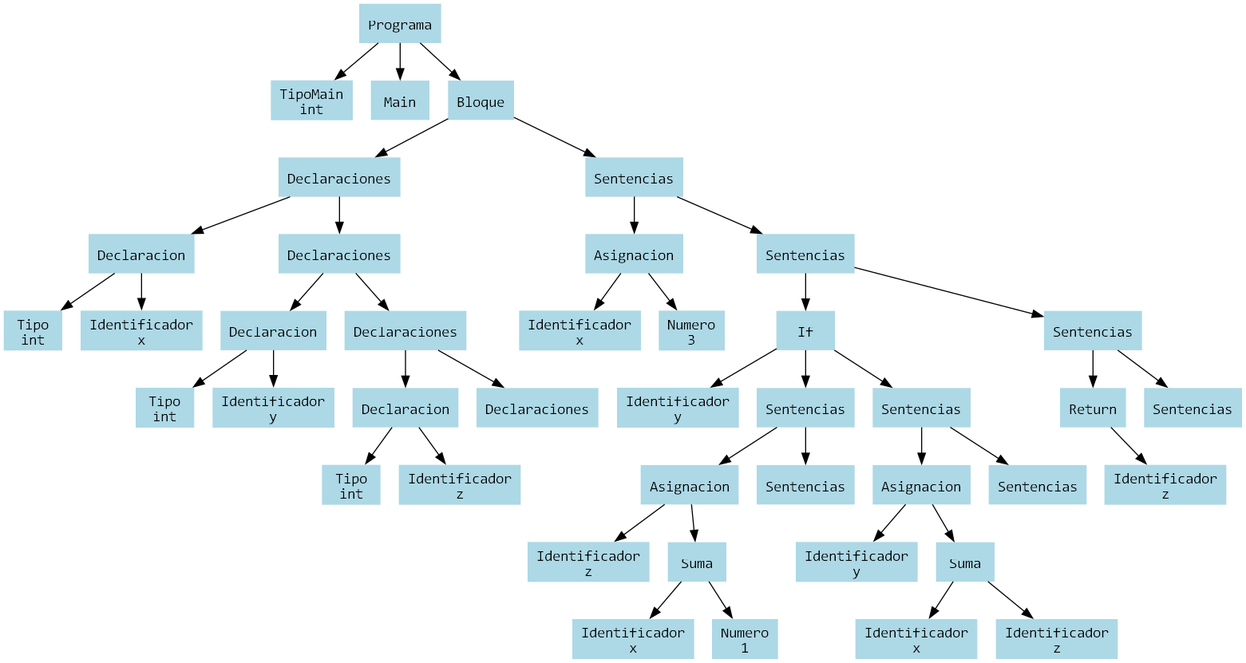
The Graphviz diagram ast.png in JoelRodriguez174/TP_Analisis_Estatico, before a commit. Its source is kept beside it as ast.dot.
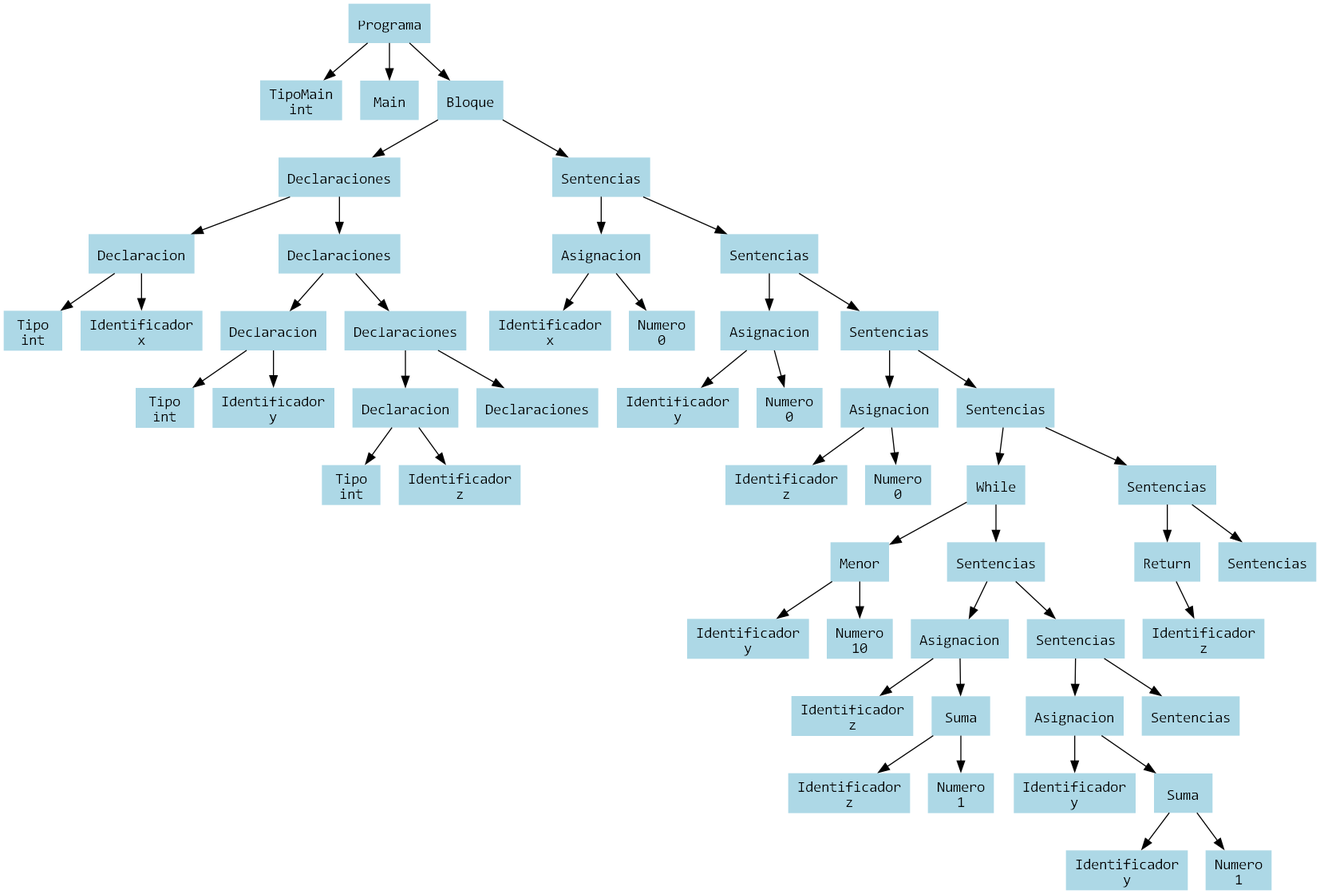
Later version of the same file.

The edit, as a diff of the source:
```diff
@@ -1,13 +1,13 @@
 digraph AST {
   node [shape=box, style=filled, color=lightblue, fontname="Consolas"];
-  n41 [label="Programa"];
-  n41 -> n1;
+  n50 [label="Programa"];
+  n50 -> n1;
   n1 [label="TipoMain\nint"];
-  n41 -> n42;
-  n42 [label="Main"];
-  n41 -> n40;
-  n40 [label="Bloque"];
-  n40 -> n14;
+  n50 -> n51;
+  n51 [label="Main"];
+  n50 -> n49;
+  n49 [label="Bloque"];
+  n49 -> n14;
   n14 [label="Declaraciones"];
   n14 -> n3;
   n3 [label="Declaracion"];
@@ -33,54 +33,72 @@
   n10 [label="Identificador\nz"];
   n12 -> n11;
   n11 [label="Declaraciones"];
-  n40 -> n39;
-  n39 [label="Sentencias"];
-  n39 -> n16;
+  n49 -> n48;
+  n48 [label="Sentencias"];
+  n48 -> n16;
   n16 [label="Asignacion"];
   n16 -> n17;
   n17 [label="Identificador\nx"];
   n16 -> n15;
-  n15 [label="Numero\n3"];
-  n39 -> n38;
-  n38 [label="Sentencias"];
-  n38 -> n33;
-  n33 [label="If"];
-  n33 -> n18;
-  n18 [label="Identificador\ny"];
-  n33 -> n25;
-  n25 [label="Sentencias"];
-  n25 -> n22;
+  n15 [label="Numero\n0"];
+  n48 -> n47;
+  n47 [label="Sentencias"];
+  n47 -> n19;
+  n19 [label="Asignacion"];
+  n19 -> n20;
+  n20 [label="Identificador\ny"];
+  n19 -> n18;
+  n18 [label="Numero\n0"];
+  n47 -> n46;
+  n46 [label="Sentencias"];
+  n46 -> n22;
   n22 [label="Asignacion"];
   n22 -> n23;
   n23 [label="Identificador\nz"];
   n22 -> n21;
-  n21 [label="Suma"];
-  n21 -> n19;
-  n19 [label="Identificador\nx"];
-  n21 -> n20;
-  n20 [label="Numero\n1"];
-  n25 -> n24;
-  n24 [label="Sentencias"];
-  n33 -> n32;
-  n32 [label="Sentencias"];
-  n32 -> n29;
-  n29 [label="Asignacion"];
-  n29 -> n30;
-  n30 [label="Identificador\ny"];
+  n21 [label="Numero\n0"];
+  n46 -> n45;
+  n45 [label="Sentencias"];
+  n45 -> n40;
+  n40 [label="While"];
+  n40 -> n26;
+  n26 [label="Menor"];
+  n26 -> n24;
+  n24 [label="Identificador\ny"];
+  n26 -> n25;
+  n25 [label="Numero\n10"];
+  n40 -> n39;
+  n39 [label="Sentencias"];
+  n39 -> n30;
+  n30 [label="Asignacion"];
+  n30 -> n31;
+  n31 [label="Identificador\nz"];
+  n30 -> n29;
+  n29 [label="Suma"];
+  n29 -> n27;
+  n27 [label="Identificador\nz"];
   n29 -> n28;
-  n28 [label="Suma"];
-  n28 -> n26;
-  n26 [label="Identificador\nx"];
-  n28 -> n27;
-  n27 [label="Identificador\nz"];
-  n32 -> n31;
-  n31 [label="Sentencias"];
+  n28 [label="Numero\n1"];
+  n39 -> n38;
+  n38 [label="Sentencias"];
+  n38 -> n35;
+  n35 [label="Asignacion"];
+  n35 -> n36;
+  n36 [label="Identificador\ny"];
+  n35 -> n34;
+  n34 [label="Suma"];
+  n34 -> n32;
+  n32 [label="Identificador\ny"];
+  n34 -> n33;
+  n33 [label="Numero\n1"];
   n38 -> n37;
   n37 [label="Sentencias"];
-  n37 -> n35;
-  n35 [label="Return"];
-  n35 -> n34;
-  n34 [label="Identificador\nz"];
-  n37 -> n36;
-  n36 [label="Sentencias"];
+  n45 -> n44;
+  n44 [label="Sentencias"];
+  n44 -> n42;
+  n42 [label="Return"];
+  n42 -> n41;
+  n41 [label="Identificador\nz"];
+  n44 -> n43;
+  n43 [label="Sentencias"];
 }
```
